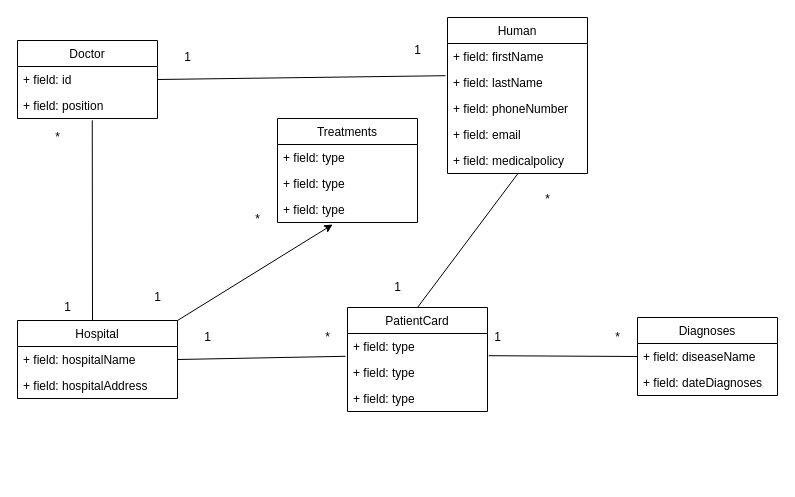
Above: oodb/Hospital.drawio in VikaYakunina/lemongatorade (draw.io), before the change. Source tidied: cells renumbered, new cells numbered last; positions are measured from the earlier drawing's top-left corner, leaving out a move shared by most shapes. Both pictures are drawn from the tidied source at 100%, with x=0, y=0 at pixel (17, 17).
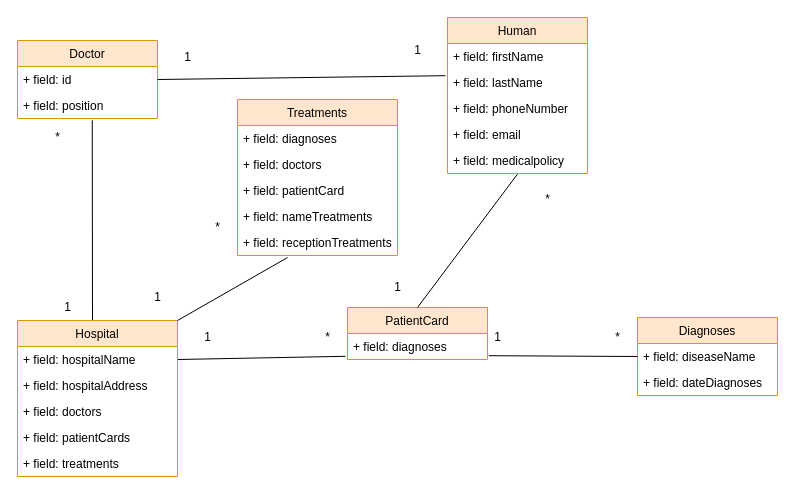
The same diagram, later.

Unchanged cells that the change refers to:
```xml
<mxCell id="21" value="+ field: diseaseName" style="text;strokeColor=none;fillColor=none;align=left;verticalAlign=top;spacingLeft=4;spacingRight=4;overflow=hidden;points=[[0,0.5],[1,0.5]];portConstraint=eastwest;" parent="20" vertex="1">
  <mxGeometry y="26" width="140" height="26" as="geometry" />
</mxCell>
```

Diff of the diagram source:
```diff
@@
     <mxCell id="9" value="*" style="text;html=1;align=center;verticalAlign=middle;fillColor=none;strokeColor=none;rounded=0;" parent="1" vertex="1">
-      <mxGeometry x="230" y="192" width="20" height="20" as="geometry" />
+      <mxGeometry x="190" y="200" width="20" height="20" as="geometry" />
     </mxCell>
-    <mxCell id="10" value="Doctor" style="swimlane;fontStyle=0;horizontal=1;startSize=26;fillColor=none;" parent="1" vertex="1">
+    <mxCell id="10" value="Doctor" style="swimlane;fontStyle=0;horizontal=1;startSize=26;fillColor=#ffe6cc;strokeColor=#d79b00;" parent="1" vertex="1">
       <mxGeometry y="23" width="140" height="78" as="geometry" />
     </mxCell>
@@
-    <mxCell id="13" value="Hospital" style="swimlane;fontStyle=0;horizontal=1;startSize=26;fillColor=none;" parent="1" vertex="1">
-      <mxGeometry y="303" width="160" height="78" as="geometry" />
+    <mxCell id="13" value="Hospital" style="swimlane;fontStyle=0;horizontal=1;startSize=26;fillColor=#ffe6cc;strokeColor=#d79b00;" parent="1" vertex="1">
+      <mxGeometry y="303" width="160" height="156" as="geometry" />
     </mxCell>
@@
+    <mxCell id="43" value="+ field: doctors" style="text;strokeColor=none;fillColor=none;align=left;verticalAlign=top;spacingLeft=4;spacingRight=4;overflow=hidden;" parent="13" vertex="1">
+      <mxGeometry y="78" width="160" height="26" as="geometry" />
+    </mxCell>
+    <mxCell id="44" value="+ field: patientCards" style="text;strokeColor=none;fillColor=none;align=left;verticalAlign=top;spacingLeft=4;spacingRight=4;overflow=hidden;" parent="13" vertex="1">
+      <mxGeometry y="104" width="160" height="26" as="geometry" />
+    </mxCell>
+    <mxCell id="45" value="+ field: treatments" style="text;strokeColor=none;fillColor=none;align=left;verticalAlign=top;spacingLeft=4;spacingRight=4;overflow=hidden;" parent="13" vertex="1">
+      <mxGeometry y="130" width="160" height="26" as="geometry" />
+    </mxCell>
-    <mxCell id="16" value="PatientCard" style="swimlane;fontStyle=0;horizontal=1;startSize=26;fillColor=none;" parent="1" vertex="1">
-      <mxGeometry x="330" y="290" width="140" height="104" as="geometry" />
+    <mxCell id="16" value="PatientCard" style="swimlane;fontStyle=0;horizontal=1;startSize=26;fillColor=#ffe6cc;strokeColor=#d79b00;" parent="1" vertex="1">
+      <mxGeometry x="330" y="290" width="140" height="52" as="geometry" />
     </mxCell>
-    <mxCell id="17" value="+ field: type" style="text;strokeColor=none;fillColor=none;align=left;verticalAlign=top;spacingLeft=4;spacingRight=4;overflow=hidden;points=[[0,0.5],[1,0.5]];portConstraint=eastwest;" parent="16" vertex="1">
+    <mxCell id="17" value="+ field: diagnoses" style="text;strokeColor=none;fillColor=none;align=left;verticalAlign=top;spacingLeft=4;spacingRight=4;overflow=hidden;points=[[0,0.5],[1,0.5]];portConstraint=eastwest;" parent="16" vertex="1">
       <mxGeometry y="26" width="140" height="26" as="geometry" />
     </mxCell>
-    <mxCell id="18" value="+ field: type" style="text;strokeColor=none;fillColor=none;align=left;verticalAlign=top;spacingLeft=4;spacingRight=4;overflow=hidden;points=[[0,0.5],[1,0.5]];portConstraint=eastwest;" parent="16" vertex="1">
-      <mxGeometry y="52" width="140" height="26" as="geometry" />
-    </mxCell>
-    <mxCell id="19" value="+ field: type" style="text;strokeColor=none;fillColor=none;align=left;verticalAlign=top;spacingLeft=4;spacingRight=4;overflow=hidden;" parent="16" vertex="1">
-      <mxGeometry y="78" width="140" height="26" as="geometry" />
-    </mxCell>
-    <mxCell id="20" value="Diagnoses" style="swimlane;fontStyle=0;horizontal=1;startSize=26;fillColor=none;" parent="1" vertex="1">
+    <mxCell id="20" value="Diagnoses" style="swimlane;fontStyle=0;horizontal=1;startSize=26;fillColor=#ffe6cc;strokeColor=#d79b00;" parent="1" vertex="1">
       <mxGeometry x="620" y="300" width="140" height="78" as="geometry" />
     </mxCell>
@@
-    <mxCell id="23" style="endArrow=none;html=1;entryX=0;entryY=0.5;entryDx=0;entryDy=0;exitX=1.009;exitY=-0.146;exitDx=0;exitDy=0;exitPerimeter=0;endFill=0;" parent="1" edge="1" source="18" target="21">
-      <mxGeometry relative="1" as="geometry" />
+    <mxCell id="23" style="endArrow=none;html=1;entryX=0;entryY=0.5;entryDx=0;entryDy=0;exitX=1.009;exitY=-0.146;exitDx=0;exitDy=0;exitPerimeter=0;endFill=0;" parent="1" edge="1" target="21">
+      <mxGeometry relative="1" as="geometry">
+        <mxPoint x="471.3" y="338.2" as="sourcePoint" />
+      </mxGeometry>
     </mxCell>
@@
-    <mxCell id="26" value="Human" style="swimlane;fontStyle=0;horizontal=1;startSize=26;fillColor=none;" parent="1" vertex="1">
+    <mxCell id="26" value="Human" style="swimlane;fontStyle=0;horizontal=1;startSize=26;fillColor=#ffe6cc;strokeColor=#d79b00;" parent="1" vertex="1">
       <mxGeometry x="430" width="140" height="156" as="geometry" />
     </mxCell>
@@
-    <mxCell id="38" value="Treatments" style="swimlane;fontStyle=0;horizontal=1;startSize=26;fillColor=none;" parent="1" vertex="1">
-      <mxGeometry x="260" y="101" width="140" height="104" as="geometry" />
+    <mxCell id="38" value="Treatments" style="swimlane;fontStyle=0;horizontal=1;startSize=26;fillColor=#ffe6cc;strokeColor=#d79b00;" parent="1" vertex="1">
+      <mxGeometry x="220" y="82" width="160" height="156" as="geometry" />
     </mxCell>
-    <mxCell id="39" value="+ field: type" style="text;strokeColor=none;fillColor=none;align=left;verticalAlign=top;spacingLeft=4;spacingRight=4;overflow=hidden;" parent="38" vertex="1">
-      <mxGeometry y="26" width="140" height="26" as="geometry" />
+    <mxCell id="39" value="+ field: diagnoses" style="text;strokeColor=none;fillColor=none;align=left;verticalAlign=top;spacingLeft=4;spacingRight=4;overflow=hidden;" parent="38" vertex="1">
+      <mxGeometry y="26" width="160" height="26" as="geometry" />
     </mxCell>
-    <mxCell id="40" value="+ field: type" style="text;strokeColor=none;fillColor=none;align=left;verticalAlign=top;spacingLeft=4;spacingRight=4;overflow=hidden;" parent="38" vertex="1">
-      <mxGeometry y="52" width="140" height="26" as="geometry" />
+    <mxCell id="40" value="+ field: doctors" style="text;strokeColor=none;fillColor=none;align=left;verticalAlign=top;spacingLeft=4;spacingRight=4;overflow=hidden;" parent="38" vertex="1">
+      <mxGeometry y="52" width="160" height="26" as="geometry" />
     </mxCell>
-    <mxCell id="41" value="+ field: type" style="text;strokeColor=none;fillColor=none;align=left;verticalAlign=top;spacingLeft=4;spacingRight=4;overflow=hidden;points=[[0,0.5],[1,0.5]];portConstraint=eastwest;" parent="38" vertex="1">
-      <mxGeometry y="78" width="140" height="26" as="geometry" />
+    <mxCell id="41" value="+ field: patientCard" style="text;strokeColor=none;fillColor=none;align=left;verticalAlign=top;spacingLeft=4;spacingRight=4;overflow=hidden;points=[[0,0.5],[1,0.5]];portConstraint=eastwest;" parent="38" vertex="1">
+      <mxGeometry y="78" width="160" height="26" as="geometry" />
     </mxCell>
-    <mxCell id="42" style="endArrow=classic;html=1;entryX=0.394;entryY=1.077;entryDx=0;entryDy=0;entryPerimeter=0;exitX=1;exitY=0;exitDx=0;exitDy=0;" parent="1" edge="1" source="13" target="41">
-      <mxGeometry relative="1" as="geometry" />
-    </mxCell>
+    <mxCell id="46" value="+ field: nameTreatments" style="text;strokeColor=none;fillColor=none;align=left;verticalAlign=top;spacingLeft=4;spacingRight=4;overflow=hidden;" parent="38" vertex="1">
+      <mxGeometry y="104" width="160" height="26" as="geometry" />
+    </mxCell>
+    <mxCell id="47" value="+ field: receptionTreatments" style="text;strokeColor=none;fillColor=none;align=left;verticalAlign=top;spacingLeft=4;spacingRight=4;overflow=hidden;points=[[0,0.5],[1,0.5]];portConstraint=eastwest;" parent="38" vertex="1">
+      <mxGeometry y="130" width="160" height="26" as="geometry" />
+    </mxCell>
+    <mxCell id="48" style="endArrow=none;html=1;entryX=0.313;entryY=1.077;entryDx=0;entryDy=0;entryPerimeter=0;exitX=1;exitY=0;exitDx=0;exitDy=0;endFill=0;" parent="1" edge="1" source="13" target="47">
+      <mxGeometry relative="1" as="geometry" />
+    </mxCell>
```
